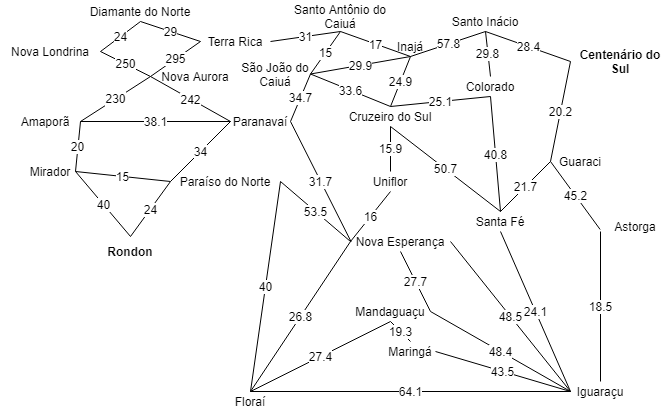
Before: Sistemas Inteligentes/Buscas heurísticas/map_weight.png, a diagram exported from draw.io (keikomori/CP-UTFPR). Source tidied: cells renumbered, new cells last; positions are measured from the earlier drawing's top-left corner, leaving out a move shared by most shapes.
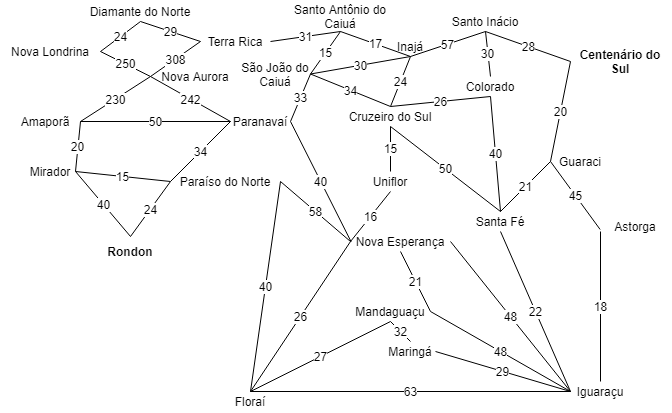
After the change.

Diff of the diagram source:
```diff
@@ -86,7 +86,7 @@
     <mxCell id="29" value="29" style="endArrow=none;html=1;fontSize=12;entryX=0.5;entryY=1;entryDx=0;entryDy=0;exitX=0;exitY=0.5;exitDx=0;exitDy=0;" parent="1" edge="1" source="4" target="2">
       <mxGeometry relative="1" as="geometry" />
     </mxCell>
-    <mxCell id="30" value="295" style="endArrow=none;html=1;fontSize=12;exitX=0;exitY=0.5;exitDx=0;exitDy=0;entryX=0;entryY=0.5;entryDx=0;entryDy=0;" parent="1" edge="1" source="5" target="4">
+    <mxCell id="30" value="308" style="endArrow=none;html=1;fontSize=12;exitX=0;exitY=0.5;exitDx=0;exitDy=0;entryX=0;entryY=0.5;entryDx=0;entryDy=0;" parent="1" edge="1" source="5" target="4">
       <mxGeometry relative="1" as="geometry" />
     </mxCell>
     <mxCell id="31" value="31" style="endArrow=none;html=1;fontSize=12;exitX=1;exitY=0.5;exitDx=0;exitDy=0;entryX=0.5;entryY=1;entryDx=0;entryDy=0;" parent="1" edge="1" source="4" target="12">
@@ -98,7 +98,7 @@
     <mxCell id="33" value="242" style="endArrow=none;html=1;fontSize=12;exitX=0;exitY=0.5;exitDx=0;exitDy=0;entryX=0;entryY=0.5;entryDx=0;entryDy=0;" parent="1" edge="1" source="5" target="10">
       <mxGeometry relative="1" as="geometry" />
     </mxCell>
-    <mxCell id="34" value="38.1" style="endArrow=none;html=1;fontSize=12;exitX=1;exitY=0.5;exitDx=0;exitDy=0;entryX=0;entryY=0.5;entryDx=0;entryDy=0;" parent="1" edge="1" source="6" target="10">
+    <mxCell id="34" value="50" style="endArrow=none;html=1;fontSize=12;exitX=1;exitY=0.5;exitDx=0;exitDy=0;entryX=0;entryY=0.5;entryDx=0;entryDy=0;" parent="1" edge="1" source="6" target="10">
       <mxGeometry relative="1" as="geometry" />
     </mxCell>
     <mxCell id="35" value="20" style="endArrow=none;html=1;fontSize=12;entryX=1;entryY=0.5;entryDx=0;entryDy=0;exitX=1;exitY=0.5;exitDx=0;exitDy=0;" parent="1" edge="1" source="7" target="6">
@@ -119,91 +119,91 @@
     <mxCell id="40" value="40" style="endArrow=none;html=1;fontSize=12;exitX=0.5;exitY=0;exitDx=0;exitDy=0;entryX=1;entryY=0.5;entryDx=0;entryDy=0;" parent="1" edge="1" source="17" target="9">
       <mxGeometry relative="1" as="geometry" />
     </mxCell>
-    <mxCell id="41" value="53.5" style="endArrow=none;html=1;fontSize=12;entryX=0;entryY=0.5;entryDx=0;entryDy=0;exitX=1;exitY=0.5;exitDx=0;exitDy=0;" parent="1" edge="1" source="9" target="16">
+    <mxCell id="41" value="58" style="endArrow=none;html=1;fontSize=12;entryX=0;entryY=0.5;entryDx=0;entryDy=0;exitX=1;exitY=0.5;exitDx=0;exitDy=0;" parent="1" edge="1" source="9" target="16">
       <mxGeometry relative="1" as="geometry" />
     </mxCell>
-    <mxCell id="42" value="26.8" style="endArrow=none;html=1;fontSize=12;exitX=0.5;exitY=0;exitDx=0;exitDy=0;entryX=0;entryY=0.5;entryDx=0;entryDy=0;" parent="1" edge="1" source="17" target="16">
+    <mxCell id="42" value="26" style="endArrow=none;html=1;fontSize=12;exitX=0.5;exitY=0;exitDx=0;exitDy=0;entryX=0;entryY=0.5;entryDx=0;entryDy=0;" parent="1" edge="1" source="17" target="16">
       <mxGeometry relative="1" as="geometry" />
     </mxCell>
-    <mxCell id="43" value="27.4" style="endArrow=none;html=1;fontSize=12;exitX=0.5;exitY=0;exitDx=0;exitDy=0;entryX=0.5;entryY=1;entryDx=0;entryDy=0;" parent="1" edge="1" source="17" target="18">
+    <mxCell id="43" value="27" style="endArrow=none;html=1;fontSize=12;exitX=0.5;exitY=0;exitDx=0;exitDy=0;entryX=0.5;entryY=1;entryDx=0;entryDy=0;" parent="1" edge="1" source="17" target="18">
       <mxGeometry relative="1" as="geometry" />
     </mxCell>
-    <mxCell id="44" value="64.1" style="endArrow=none;html=1;fontSize=12;entryX=0;entryY=0.5;entryDx=0;entryDy=0;exitX=0.5;exitY=0;exitDx=0;exitDy=0;" parent="1" edge="1" source="17" target="20">
+    <mxCell id="44" value="63" style="endArrow=none;html=1;fontSize=12;entryX=0;entryY=0.5;entryDx=0;entryDy=0;exitX=0.5;exitY=0;exitDx=0;exitDy=0;" parent="1" edge="1" source="17" target="20">
       <mxGeometry relative="1" as="geometry" />
     </mxCell>
-    <mxCell id="45" value="27.7" style="endArrow=none;html=1;fontSize=12;entryX=1;entryY=0.5;entryDx=0;entryDy=0;exitX=0.5;exitY=1;exitDx=0;exitDy=0;" parent="1" edge="1" source="16" target="18">
+    <mxCell id="45" value="21" style="endArrow=none;html=1;fontSize=12;entryX=1;entryY=0.5;entryDx=0;entryDy=0;exitX=0.5;exitY=1;exitDx=0;exitDy=0;" parent="1" edge="1" source="16" target="18">
       <mxGeometry relative="1" as="geometry" />
     </mxCell>
-    <mxCell id="46" value="19.3" style="endArrow=none;html=1;fontSize=12;exitX=0.5;exitY=1;exitDx=0;exitDy=0;entryX=0.5;entryY=0;entryDx=0;entryDy=0;" parent="1" edge="1" source="18" target="19">
+    <mxCell id="46" value="32" style="endArrow=none;html=1;fontSize=12;exitX=0.5;exitY=1;exitDx=0;exitDy=0;entryX=0.5;entryY=0;entryDx=0;entryDy=0;" parent="1" edge="1" source="18" target="19">
       <mxGeometry relative="1" as="geometry" />
     </mxCell>
-    <mxCell id="47" value="48.4" style="endArrow=none;html=1;fontSize=12;exitX=1;exitY=0.5;exitDx=0;exitDy=0;entryX=0;entryY=0.5;entryDx=0;entryDy=0;" parent="1" edge="1" source="18" target="20">
+    <mxCell id="47" value="48" style="endArrow=none;html=1;fontSize=12;exitX=1;exitY=0.5;exitDx=0;exitDy=0;entryX=0;entryY=0.5;entryDx=0;entryDy=0;" parent="1" edge="1" source="18" target="20">
       <mxGeometry relative="1" as="geometry" />
     </mxCell>
-    <mxCell id="48" value="43.5" style="endArrow=none;html=1;fontSize=12;exitX=1;exitY=0.5;exitDx=0;exitDy=0;entryX=0;entryY=0.5;entryDx=0;entryDy=0;" parent="1" edge="1" source="19" target="20">
+    <mxCell id="48" value="29" style="endArrow=none;html=1;fontSize=12;exitX=1;exitY=0.5;exitDx=0;exitDy=0;entryX=0;entryY=0.5;entryDx=0;entryDy=0;" parent="1" edge="1" source="19" target="20">
       <mxGeometry relative="1" as="geometry" />
     </mxCell>
-    <mxCell id="49" value="48.5" style="endArrow=none;html=1;fontSize=12;exitX=1;exitY=0.5;exitDx=0;exitDy=0;entryX=0;entryY=0.5;entryDx=0;entryDy=0;" parent="1" edge="1" source="16" target="20">
+    <mxCell id="49" value="48" style="endArrow=none;html=1;fontSize=12;exitX=1;exitY=0.5;exitDx=0;exitDy=0;entryX=0;entryY=0.5;entryDx=0;entryDy=0;" parent="1" edge="1" source="16" target="20">
       <mxGeometry relative="1" as="geometry" />
     </mxCell>
-    <mxCell id="50" value="18.5" style="endArrow=none;html=1;fontSize=12;exitX=0.5;exitY=0;exitDx=0;exitDy=0;entryX=0;entryY=0.75;entryDx=0;entryDy=0;" parent="1" edge="1" source="20" target="21">
+    <mxCell id="50" value="18" style="endArrow=none;html=1;fontSize=12;exitX=0.5;exitY=0;exitDx=0;exitDy=0;entryX=0;entryY=0.75;entryDx=0;entryDy=0;" parent="1" edge="1" source="20" target="21">
       <mxGeometry relative="1" as="geometry" />
     </mxCell>
-    <mxCell id="51" value="24.1" style="endArrow=none;html=1;fontSize=12;exitX=0;exitY=0.5;exitDx=0;exitDy=0;entryX=0.5;entryY=1;entryDx=0;entryDy=0;" parent="1" edge="1" source="20" target="22">
+    <mxCell id="51" value="22" style="endArrow=none;html=1;fontSize=12;exitX=0;exitY=0.5;exitDx=0;exitDy=0;entryX=0.5;entryY=1;entryDx=0;entryDy=0;" parent="1" edge="1" source="20" target="22">
       <mxGeometry relative="1" as="geometry" />
     </mxCell>
-    <mxCell id="52" value="45.2" style="endArrow=none;html=1;fontSize=12;exitX=-0.005;exitY=0.65;exitDx=0;exitDy=0;entryX=0;entryY=0.5;entryDx=0;entryDy=0;exitPerimeter=0;" parent="1" edge="1" source="21" target="23">
+    <mxCell id="52" value="45" style="endArrow=none;html=1;fontSize=12;exitX=-0.005;exitY=0.65;exitDx=0;exitDy=0;entryX=0;entryY=0.5;entryDx=0;entryDy=0;exitPerimeter=0;" parent="1" edge="1" source="21" target="23">
       <mxGeometry relative="1" as="geometry" />
     </mxCell>
-    <mxCell id="53" value="21.7" style="endArrow=none;html=1;fontSize=12;exitX=0.5;exitY=0;exitDx=0;exitDy=0;entryX=0;entryY=0.5;entryDx=0;entryDy=0;" parent="1" edge="1" source="22" target="23">
+    <mxCell id="53" value="21" style="endArrow=none;html=1;fontSize=12;exitX=0.5;exitY=0;exitDx=0;exitDy=0;entryX=0;entryY=0.5;entryDx=0;entryDy=0;" parent="1" edge="1" source="22" target="23">
       <mxGeometry relative="1" as="geometry" />
     </mxCell>
-    <mxCell id="54" value="20.2" style="endArrow=none;html=1;fontSize=12;exitX=0;exitY=0.5;exitDx=0;exitDy=0;entryX=0;entryY=0.5;entryDx=0;entryDy=0;" parent="1" edge="1" source="23" target="24">
+    <mxCell id="54" value="20" style="endArrow=none;html=1;fontSize=12;exitX=0;exitY=0.5;exitDx=0;exitDy=0;entryX=0;entryY=0.5;entryDx=0;entryDy=0;" parent="1" edge="1" source="23" target="24">
       <mxGeometry relative="1" as="geometry" />
     </mxCell>
-    <mxCell id="55" value="28.4" style="endArrow=none;html=1;fontSize=12;exitX=0;exitY=0.5;exitDx=0;exitDy=0;entryX=0.5;entryY=1;entryDx=0;entryDy=0;" parent="1" edge="1" source="24" target="26">
+    <mxCell id="55" value="28" style="endArrow=none;html=1;fontSize=12;exitX=0;exitY=0.5;exitDx=0;exitDy=0;entryX=0.5;entryY=1;entryDx=0;entryDy=0;" parent="1" edge="1" source="24" target="26">
       <mxGeometry relative="1" as="geometry" />
     </mxCell>
-    <mxCell id="56" value="29.8" style="endArrow=none;html=1;fontSize=12;entryX=0.5;entryY=1;entryDx=0;entryDy=0;exitX=0.5;exitY=0;exitDx=0;exitDy=0;" parent="1" edge="1" source="25" target="26">
+    <mxCell id="56" value="30" style="endArrow=none;html=1;fontSize=12;entryX=0.5;entryY=1;entryDx=0;entryDy=0;exitX=0.5;exitY=0;exitDx=0;exitDy=0;" parent="1" edge="1" source="25" target="26">
       <mxGeometry relative="1" as="geometry" />
     </mxCell>
-    <mxCell id="57" value="57.8" style="endArrow=none;html=1;fontSize=12;exitX=0.5;exitY=1;exitDx=0;exitDy=0;entryX=0.5;entryY=1;entryDx=0;entryDy=0;" parent="1" edge="1" source="13" target="26">
+    <mxCell id="57" value="57" style="endArrow=none;html=1;fontSize=12;exitX=0.5;exitY=1;exitDx=0;exitDy=0;entryX=0.5;entryY=1;entryDx=0;entryDy=0;" parent="1" edge="1" source="13" target="26">
       <mxGeometry relative="1" as="geometry" />
     </mxCell>
-    <mxCell id="58" value="40.8" style="endArrow=none;html=1;fontSize=12;exitX=0.5;exitY=0;exitDx=0;exitDy=0;entryX=0.5;entryY=1;entryDx=0;entryDy=0;" parent="1" edge="1" source="22" target="25">
+    <mxCell id="58" value="40" style="endArrow=none;html=1;fontSize=12;exitX=0.5;exitY=0;exitDx=0;exitDy=0;entryX=0.5;entryY=1;entryDx=0;entryDy=0;" parent="1" edge="1" source="22" target="25">
       <mxGeometry relative="1" as="geometry" />
     </mxCell>
-    <mxCell id="59" value="25.1" style="endArrow=none;html=1;fontSize=12;exitX=0.5;exitY=0;exitDx=0;exitDy=0;entryX=0.5;entryY=1;entryDx=0;entryDy=0;" parent="1" edge="1" source="14" target="25">
+    <mxCell id="59" value="26" style="endArrow=none;html=1;fontSize=12;exitX=0.5;exitY=0;exitDx=0;exitDy=0;entryX=0.5;entryY=1;entryDx=0;entryDy=0;" parent="1" edge="1" source="14" target="25">
       <mxGeometry relative="1" as="geometry" />
     </mxCell>
     <mxCell id="60" value="17" style="endArrow=none;html=1;fontSize=12;entryX=0.5;entryY=1;entryDx=0;entryDy=0;exitX=0.5;exitY=1;exitDx=0;exitDy=0;" parent="1" edge="1" source="13" target="12">
       <mxGeometry relative="1" as="geometry" />
     </mxCell>
-    <mxCell id="61" value="29.9" style="endArrow=none;html=1;fontSize=12;entryX=0.5;entryY=1;entryDx=0;entryDy=0;exitX=1;exitY=0.5;exitDx=0;exitDy=0;" parent="1" edge="1" source="11" target="13">
+    <mxCell id="61" value="30" style="endArrow=none;html=1;fontSize=12;entryX=0.5;entryY=1;entryDx=0;entryDy=0;exitX=1;exitY=0.5;exitDx=0;exitDy=0;" parent="1" edge="1" source="11" target="13">
       <mxGeometry relative="1" as="geometry" />
     </mxCell>
-    <mxCell id="62" value="24.9" style="endArrow=none;html=1;fontSize=12;entryX=0.5;entryY=1;entryDx=0;entryDy=0;exitX=0.5;exitY=0;exitDx=0;exitDy=0;" parent="1" edge="1" source="14" target="13">
+    <mxCell id="62" value="24" style="endArrow=none;html=1;fontSize=12;entryX=0.5;entryY=1;entryDx=0;entryDy=0;exitX=0.5;exitY=0;exitDx=0;exitDy=0;" parent="1" edge="1" source="14" target="13">
       <mxGeometry relative="1" as="geometry" />
     </mxCell>
     <mxCell id="63" value="15" style="endArrow=none;html=1;fontSize=12;entryX=0.5;entryY=1;entryDx=0;entryDy=0;exitX=1;exitY=0.5;exitDx=0;exitDy=0;" parent="1" edge="1" source="11" target="12">
       <mxGeometry relative="1" as="geometry" />
     </mxCell>
-    <mxCell id="64" value="34.7" style="endArrow=none;html=1;fontSize=12;entryX=1;entryY=0.5;entryDx=0;entryDy=0;exitX=1;exitY=0.5;exitDx=0;exitDy=0;" parent="1" edge="1" source="10" target="11">
+    <mxCell id="64" value="33" style="endArrow=none;html=1;fontSize=12;entryX=1;entryY=0.5;entryDx=0;entryDy=0;exitX=1;exitY=0.5;exitDx=0;exitDy=0;" parent="1" edge="1" source="10" target="11">
       <mxGeometry relative="1" as="geometry" />
     </mxCell>
-    <mxCell id="65" value="33.6" style="endArrow=none;html=1;fontSize=12;entryX=0.5;entryY=0;entryDx=0;entryDy=0;exitX=1;exitY=0.5;exitDx=0;exitDy=0;" parent="1" edge="1" source="11" target="14">
+    <mxCell id="65" value="34" style="endArrow=none;html=1;fontSize=12;entryX=0.5;entryY=0;entryDx=0;entryDy=0;exitX=1;exitY=0.5;exitDx=0;exitDy=0;" parent="1" edge="1" source="11" target="14">
       <mxGeometry relative="1" as="geometry" />
     </mxCell>
-    <mxCell id="66" value="31.7" style="endArrow=none;html=1;fontSize=12;entryX=1;entryY=0.5;entryDx=0;entryDy=0;exitX=0.007;exitY=0.521;exitDx=0;exitDy=0;exitPerimeter=0;" parent="1" edge="1" source="16" target="10">
+    <mxCell id="66" value="40" style="endArrow=none;html=1;fontSize=12;entryX=1;entryY=0.5;entryDx=0;entryDy=0;exitX=0.007;exitY=0.521;exitDx=0;exitDy=0;exitPerimeter=0;" parent="1" edge="1" source="16" target="10">
       <mxGeometry relative="1" as="geometry" />
     </mxCell>
     <mxCell id="67" value="16" style="endArrow=none;html=1;fontSize=12;entryX=0.5;entryY=1;entryDx=0;entryDy=0;exitX=0;exitY=0.5;exitDx=0;exitDy=0;" parent="1" edge="1" source="16" target="15">
       <mxGeometry relative="1" as="geometry" />
     </mxCell>
-    <mxCell id="68" value="15.9" style="endArrow=none;html=1;fontSize=12;entryX=0.5;entryY=1;entryDx=0;entryDy=0;exitX=0.5;exitY=0;exitDx=0;exitDy=0;" parent="1" edge="1" source="15" target="14">
+    <mxCell id="68" value="15" style="endArrow=none;html=1;fontSize=12;entryX=0.5;entryY=1;entryDx=0;entryDy=0;exitX=0.5;exitY=0;exitDx=0;exitDy=0;" parent="1" edge="1" source="15" target="14">
       <mxGeometry relative="1" as="geometry" />
     </mxCell>
-    <mxCell id="69" value="50.7" style="endArrow=none;html=1;fontSize=12;entryX=0.5;entryY=1;entryDx=0;entryDy=0;exitX=0.5;exitY=0;exitDx=0;exitDy=0;" parent="1" edge="1" source="22" target="14">
+    <mxCell id="69" value="50" style="endArrow=none;html=1;fontSize=12;entryX=0.5;entryY=1;entryDx=0;entryDy=0;exitX=0.5;exitY=0;exitDx=0;exitDy=0;" parent="1" edge="1" source="22" target="14">
       <mxGeometry relative="1" as="geometry" />
     </mxCell>
   </root>
```
